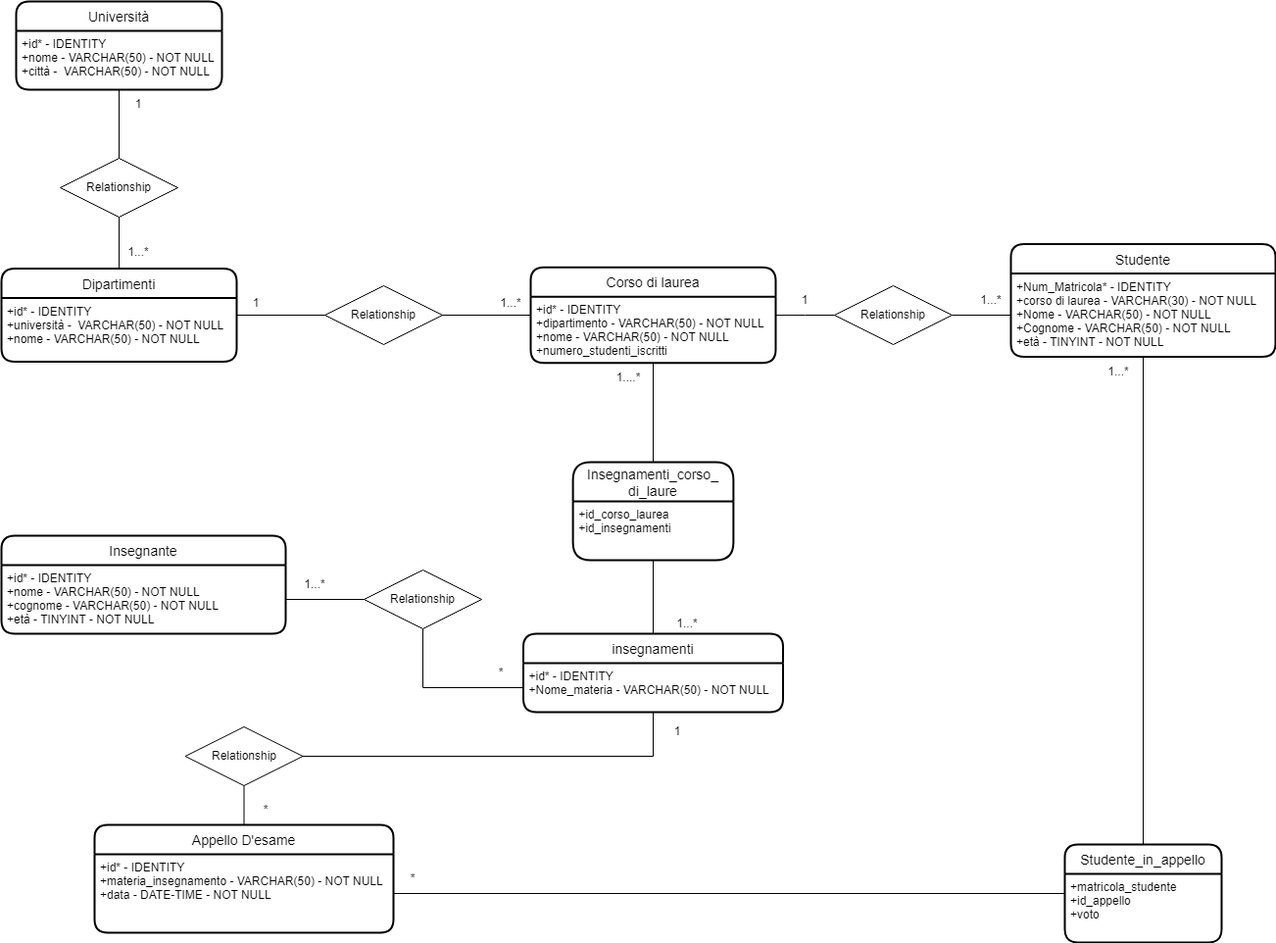
Before: Modellazione Schema ER Università.drawio.png, a diagram exported from draw.io (AlexFruitPunch/db-university). Source tidied: cells renumbered, new cells last; positions are measured from the earlier drawing's top-left corner, leaving out a move shared by most shapes. Its diagram source:
```xml
<mxGraphModel>
  <root>
    <mxCell id="0" />
    <mxCell id="1" parent="0" />
    <mxCell id="2" value="Dipartimenti" style="swimlane;horizontal=1;startSize=30;rounded=1;fontSize=14;fontStyle=0;strokeWidth=2;shadow=0;dashed=0;align=center;" parent="1" vertex="1">
      <mxGeometry y="272.5" width="240" height="95" as="geometry" />
    </mxCell>
    <mxCell id="3" value="+id* - IDENTITY&#10;+università -  VARCHAR(50) - NOT NULL&#10;+nome - VARCHAR(50) - NOT NULL&#10;" style="align=left;strokeColor=none;fillColor=none;spacingLeft=4;fontSize=12;verticalAlign=top;" parent="2" vertex="1">
      <mxGeometry y="30" width="240" height="65" as="geometry" />
    </mxCell>
    <mxCell id="4" value="Corso di laurea" style="swimlane;horizontal=1;startSize=30;rounded=1;fontSize=14;fontStyle=0;strokeWidth=2;shadow=0;dashed=0;align=center;" parent="1" vertex="1">
      <mxGeometry x="540" y="271.2" width="250" height="97.5" as="geometry" />
    </mxCell>
    <mxCell id="5" value="+id* - IDENTITY&#10;+dipartimento - VARCHAR(50) - NOT NULL&#10;+nome - VARCHAR(50) - NOT NULL&#10;+numero_studenti_iscritti " style="align=left;strokeColor=none;fillColor=none;spacingLeft=4;fontSize=12;verticalAlign=top;" parent="4" vertex="1">
      <mxGeometry y="30" width="250" height="67.5" as="geometry" />
    </mxCell>
    <mxCell id="6" style="edgeStyle=orthogonalEdgeStyle;rounded=0;jettySize=auto;html=1;entryX=0;entryY=0.5;entryDx=0;entryDy=0;endArrow=none;endFill=0;" parent="1" edge="1" source="2" target="4">
      <mxGeometry relative="1" as="geometry" />
    </mxCell>
    <mxCell id="7" style="edgeStyle=orthogonalEdgeStyle;rounded=0;jettySize=auto;html=1;entryX=0.5;entryY=0;entryDx=0;entryDy=0;endArrow=none;endFill=0;startArrow=none;" parent="1" edge="1" source="50" target="2">
      <mxGeometry relative="1" as="geometry" />
    </mxCell>
    <mxCell id="8" value="Università" style="swimlane;horizontal=1;startSize=30;rounded=1;fontSize=14;fontStyle=0;strokeWidth=2;shadow=0;dashed=0;align=center;" parent="1" vertex="1">
      <mxGeometry x="15" width="210" height="90" as="geometry" />
    </mxCell>
    <mxCell id="9" value="+id* - IDENTITY&#10;+nome - VARCHAR(50) - NOT NULL&#10;+città -  VARCHAR(50) - NOT NULL" style="align=left;strokeColor=none;fillColor=none;spacingLeft=4;fontSize=12;verticalAlign=top;" parent="8" vertex="1">
      <mxGeometry y="30" width="210" height="60" as="geometry" />
    </mxCell>
    <mxCell id="10" value="Relationship" style="shape=rhombus;perimeter=rhombusPerimeter;whiteSpace=wrap;html=1;align=center;" parent="1" vertex="1">
      <mxGeometry x="330" y="290" width="120" height="60" as="geometry" />
    </mxCell>
    <mxCell id="11" style="edgeStyle=orthogonalEdgeStyle;rounded=0;jettySize=auto;html=1;entryX=0.5;entryY=1;entryDx=0;entryDy=0;endArrow=none;endFill=0;startArrow=none;exitX=0.5;exitY=0;exitDx=0;exitDy=0;" parent="1" edge="1" source="45" target="5">
      <mxGeometry relative="1" as="geometry" />
    </mxCell>
    <mxCell id="12" value="insegnamenti" style="swimlane;horizontal=1;startSize=30;rounded=1;fontSize=14;fontStyle=0;strokeWidth=2;shadow=0;dashed=0;align=center;" parent="1" vertex="1">
      <mxGeometry x="532.5" y="645" width="265" height="80" as="geometry" />
    </mxCell>
    <mxCell id="13" value="+id* - IDENTITY&#10;+Nome_materia - VARCHAR(50) - NOT NULL" style="align=left;strokeColor=none;fillColor=none;spacingLeft=4;fontSize=12;verticalAlign=top;" parent="12" vertex="1">
      <mxGeometry y="30" width="265" height="50" as="geometry" />
    </mxCell>
    <mxCell id="14" style="edgeStyle=orthogonalEdgeStyle;rounded=0;jettySize=auto;html=1;endArrow=none;endFill=0;entryX=0.5;entryY=1;entryDx=0;entryDy=0;" parent="1" edge="1" source="12" target="46">
      <mxGeometry relative="1" as="geometry" />
    </mxCell>
    <mxCell id="15" value="Studente" style="swimlane;horizontal=1;startSize=30;rounded=1;fontSize=14;fontStyle=0;strokeWidth=2;shadow=0;dashed=0;align=center;" parent="1" vertex="1">
      <mxGeometry x="1030" y="247.5" width="270" height="115" as="geometry" />
    </mxCell>
    <mxCell id="16" value="+Num_Matricola* - IDENTITY&#10;+corso di laurea - VARCHAR(30) - NOT NULL&#10;+Nome - VARCHAR(50) - NOT NULL&#10;+Cognome - VARCHAR(50) - NOT NULL&#10;+età - TINYINT - NOT NULL&#10;" style="align=left;strokeColor=none;fillColor=none;spacingLeft=4;fontSize=12;verticalAlign=top;" parent="15" vertex="1">
      <mxGeometry y="30" width="270" height="85" as="geometry" />
    </mxCell>
    <mxCell id="17" style="edgeStyle=orthogonalEdgeStyle;rounded=0;jettySize=auto;html=1;endArrow=none;endFill=0;startArrow=none;" parent="1" edge="1" source="24" target="4">
      <mxGeometry relative="1" as="geometry" />
    </mxCell>
    <mxCell id="18" value="Appello D'esame" style="swimlane;horizontal=1;startSize=30;rounded=1;fontSize=14;fontStyle=0;strokeWidth=2;shadow=0;dashed=0;align=center;" parent="1" vertex="1">
      <mxGeometry x="95" y="840" width="305" height="110" as="geometry" />
    </mxCell>
    <mxCell id="19" value="+id* - IDENTITY&#10;+materia_insegnamento - VARCHAR(50) - NOT NULL&#10;+data - DATE-TIME - NOT NULL" style="align=left;strokeColor=none;fillColor=none;spacingLeft=4;fontSize=12;verticalAlign=top;" parent="18" vertex="1">
      <mxGeometry y="30" width="305" height="80" as="geometry" />
    </mxCell>
    <mxCell id="20" value="Insegnante" style="swimlane;horizontal=1;startSize=30;rounded=1;fontSize=14;fontStyle=0;strokeWidth=2;shadow=0;dashed=0;align=center;" parent="1" vertex="1">
      <mxGeometry y="545" width="290" height="100" as="geometry" />
    </mxCell>
    <mxCell id="21" value="+id* - IDENTITY&#10;+nome - VARCHAR(50) - NOT NULL&#10;+cognome - VARCHAR(50) - NOT NULL&#10;+età - TINYINT - NOT NULL" style="align=left;strokeColor=none;fillColor=none;spacingLeft=4;fontSize=12;verticalAlign=top;" parent="20" vertex="1">
      <mxGeometry y="30" width="290" height="70" as="geometry" />
    </mxCell>
    <mxCell id="22" style="edgeStyle=orthogonalEdgeStyle;rounded=0;jettySize=auto;html=1;endArrow=none;endFill=0;exitX=0.5;exitY=1;exitDx=0;exitDy=0;startArrow=none;" parent="1" edge="1" source="37" target="18">
      <mxGeometry relative="1" as="geometry" />
    </mxCell>
    <mxCell id="23" style="edgeStyle=orthogonalEdgeStyle;rounded=0;jettySize=auto;html=1;entryX=0;entryY=0.5;entryDx=0;entryDy=0;endArrow=none;endFill=0;startArrow=none;exitX=0.5;exitY=1;exitDx=0;exitDy=0;" parent="1" edge="1" source="47" target="13">
      <mxGeometry relative="1" as="geometry" />
    </mxCell>
    <mxCell id="24" value="Relationship" style="shape=rhombus;perimeter=rhombusPerimeter;whiteSpace=wrap;html=1;align=center;" parent="1" vertex="1">
      <mxGeometry x="850" y="290" width="120" height="60" as="geometry" />
    </mxCell>
    <mxCell id="25" style="edgeStyle=orthogonalEdgeStyle;rounded=0;jettySize=auto;html=1;endArrow=none;endFill=0;" parent="1" edge="1" source="16" target="24">
      <mxGeometry relative="1" as="geometry" />
    </mxCell>
    <mxCell id="26" style="edgeStyle=orthogonalEdgeStyle;rounded=0;jettySize=auto;html=1;entryX=0;entryY=0.5;entryDx=0;entryDy=0;endArrow=none;endFill=0;" parent="1" edge="1" source="19" target="43">
      <mxGeometry relative="1" as="geometry" />
    </mxCell>
    <mxCell id="27" value="1" style="text;html=1;strokeColor=none;fillColor=none;align=center;verticalAlign=middle;whiteSpace=wrap;rounded=0;" parent="1" vertex="1">
      <mxGeometry x="110" y="90" width="60" height="30" as="geometry" />
    </mxCell>
    <mxCell id="28" value="1...*" style="text;html=1;strokeColor=none;fillColor=none;align=center;verticalAlign=middle;whiteSpace=wrap;rounded=0;" parent="1" vertex="1">
      <mxGeometry x="110" y="241.2" width="60" height="30" as="geometry" />
    </mxCell>
    <mxCell id="29" value="1" style="text;html=1;strokeColor=none;fillColor=none;align=center;verticalAlign=middle;whiteSpace=wrap;rounded=0;" parent="1" vertex="1">
      <mxGeometry x="230" y="292.5" width="60" height="30" as="geometry" />
    </mxCell>
    <mxCell id="30" value="1...*" style="text;html=1;strokeColor=none;fillColor=none;align=center;verticalAlign=middle;whiteSpace=wrap;rounded=0;" parent="1" vertex="1">
      <mxGeometry x="490" y="292.5" width="60" height="30" as="geometry" />
    </mxCell>
    <mxCell id="31" value="1...*" style="text;html=1;strokeColor=none;fillColor=none;align=center;verticalAlign=middle;whiteSpace=wrap;rounded=0;" parent="1" vertex="1">
      <mxGeometry x="980" y="290" width="60" height="30" as="geometry" />
    </mxCell>
    <mxCell id="32" value="1" style="text;html=1;strokeColor=none;fillColor=none;align=center;verticalAlign=middle;whiteSpace=wrap;rounded=0;" parent="1" vertex="1">
      <mxGeometry x="790" y="290" width="60" height="30" as="geometry" />
    </mxCell>
    <mxCell id="33" value="1....*" style="text;html=1;strokeColor=none;fillColor=none;align=center;verticalAlign=middle;whiteSpace=wrap;rounded=0;" parent="1" vertex="1">
      <mxGeometry x="610" y="368.8" width="60" height="30" as="geometry" />
    </mxCell>
    <mxCell id="34" value="1...*" style="text;html=1;strokeColor=none;fillColor=none;align=center;verticalAlign=middle;whiteSpace=wrap;rounded=0;" parent="1" vertex="1">
      <mxGeometry x="670" y="620" width="60" height="30" as="geometry" />
    </mxCell>
    <mxCell id="35" value="*" style="text;html=1;strokeColor=none;fillColor=none;align=center;verticalAlign=middle;whiteSpace=wrap;rounded=0;" parent="1" vertex="1">
      <mxGeometry x="480" y="670" width="60" height="30" as="geometry" />
    </mxCell>
    <mxCell id="36" value="1...*" style="text;html=1;strokeColor=none;fillColor=none;align=center;verticalAlign=middle;whiteSpace=wrap;rounded=0;" parent="1" vertex="1">
      <mxGeometry x="290" y="580" width="60" height="30" as="geometry" />
    </mxCell>
    <mxCell id="37" value="Relationship" style="shape=rhombus;perimeter=rhombusPerimeter;whiteSpace=wrap;html=1;align=center;" parent="1" vertex="1">
      <mxGeometry x="187.5" y="740" width="120" height="60" as="geometry" />
    </mxCell>
    <mxCell id="38" style="edgeStyle=orthogonalEdgeStyle;rounded=0;jettySize=auto;html=1;endArrow=none;endFill=0;exitX=0.5;exitY=1;exitDx=0;exitDy=0;entryX=1;entryY=0.5;entryDx=0;entryDy=0;" parent="1" edge="1" source="13" target="37">
      <mxGeometry relative="1" as="geometry" />
    </mxCell>
    <mxCell id="39" value="*" style="text;html=1;strokeColor=none;fillColor=none;align=center;verticalAlign=middle;whiteSpace=wrap;rounded=0;" parent="1" vertex="1">
      <mxGeometry x="240" y="810" width="60" height="30" as="geometry" />
    </mxCell>
    <mxCell id="40" value="1...*" style="text;html=1;strokeColor=none;fillColor=none;align=center;verticalAlign=middle;whiteSpace=wrap;rounded=0;" parent="1" vertex="1">
      <mxGeometry x="1110" y="362.5" width="60" height="30" as="geometry" />
    </mxCell>
    <mxCell id="41" value="*" style="text;html=1;strokeColor=none;fillColor=none;align=center;verticalAlign=middle;whiteSpace=wrap;rounded=0;" parent="1" vertex="1">
      <mxGeometry x="390" y="880" width="60" height="30" as="geometry" />
    </mxCell>
    <mxCell id="42" style="edgeStyle=orthogonalEdgeStyle;rounded=0;jettySize=auto;html=1;entryX=0.5;entryY=1;entryDx=0;entryDy=0;endArrow=none;endFill=0;" parent="1" edge="1" source="43" target="16">
      <mxGeometry relative="1" as="geometry" />
    </mxCell>
    <mxCell id="43" value="Studente_in_appello" style="swimlane;horizontal=1;startSize=30;rounded=1;fontSize=14;fontStyle=0;strokeWidth=2;shadow=0;dashed=0;align=center;" parent="1" vertex="1">
      <mxGeometry x="1085" y="860" width="160" height="100" as="geometry" />
    </mxCell>
    <mxCell id="44" value="+matricola_studente&#10;+id_appello&#10;+voto" style="align=left;strokeColor=none;fillColor=none;spacingLeft=4;fontSize=12;verticalAlign=top;" parent="43" vertex="1">
      <mxGeometry y="30" width="160" height="70" as="geometry" />
    </mxCell>
    <mxCell id="45" value="Insegnamenti_corso_&#10;di_laure" style="swimlane;horizontal=1;startSize=40;rounded=1;fontSize=14;fontStyle=0;strokeWidth=2;shadow=0;dashed=0;align=center;" parent="1" vertex="1">
      <mxGeometry x="583.1" y="470" width="163.8" height="100" as="geometry" />
    </mxCell>
    <mxCell id="46" value="+id_corso_laurea&#10;+id_insegnamenti" style="align=left;strokeColor=none;fillColor=none;spacingLeft=4;fontSize=12;verticalAlign=top;" parent="45" vertex="1">
      <mxGeometry y="40" width="163.8" height="60" as="geometry" />
    </mxCell>
    <mxCell id="47" value="Relationship" style="shape=rhombus;perimeter=rhombusPerimeter;whiteSpace=wrap;html=1;align=center;" parent="1" vertex="1">
      <mxGeometry x="370" y="580" width="120" height="60" as="geometry" />
    </mxCell>
    <mxCell id="48" style="edgeStyle=orthogonalEdgeStyle;rounded=0;jettySize=auto;html=1;entryX=0;entryY=0.5;entryDx=0;entryDy=0;endArrow=none;endFill=0;" parent="1" edge="1" source="21" target="47">
      <mxGeometry relative="1" as="geometry" />
    </mxCell>
    <mxCell id="49" value="1" style="text;html=1;strokeColor=none;fillColor=none;align=center;verticalAlign=middle;whiteSpace=wrap;rounded=0;" parent="1" vertex="1">
      <mxGeometry x="660" y="730" width="60" height="30" as="geometry" />
    </mxCell>
    <mxCell id="50" value="Relationship" style="shape=rhombus;perimeter=rhombusPerimeter;whiteSpace=wrap;html=1;align=center;" parent="1" vertex="1">
      <mxGeometry x="60" y="160" width="120" height="60" as="geometry" />
    </mxCell>
    <mxCell id="51" style="edgeStyle=orthogonalEdgeStyle;rounded=0;jettySize=auto;html=1;entryX=0.5;entryY=0;entryDx=0;entryDy=0;endArrow=none;endFill=0;" parent="1" edge="1" source="8" target="50">
      <mxGeometry relative="1" as="geometry" />
    </mxCell>
  </root>
</mxGraphModel>
```
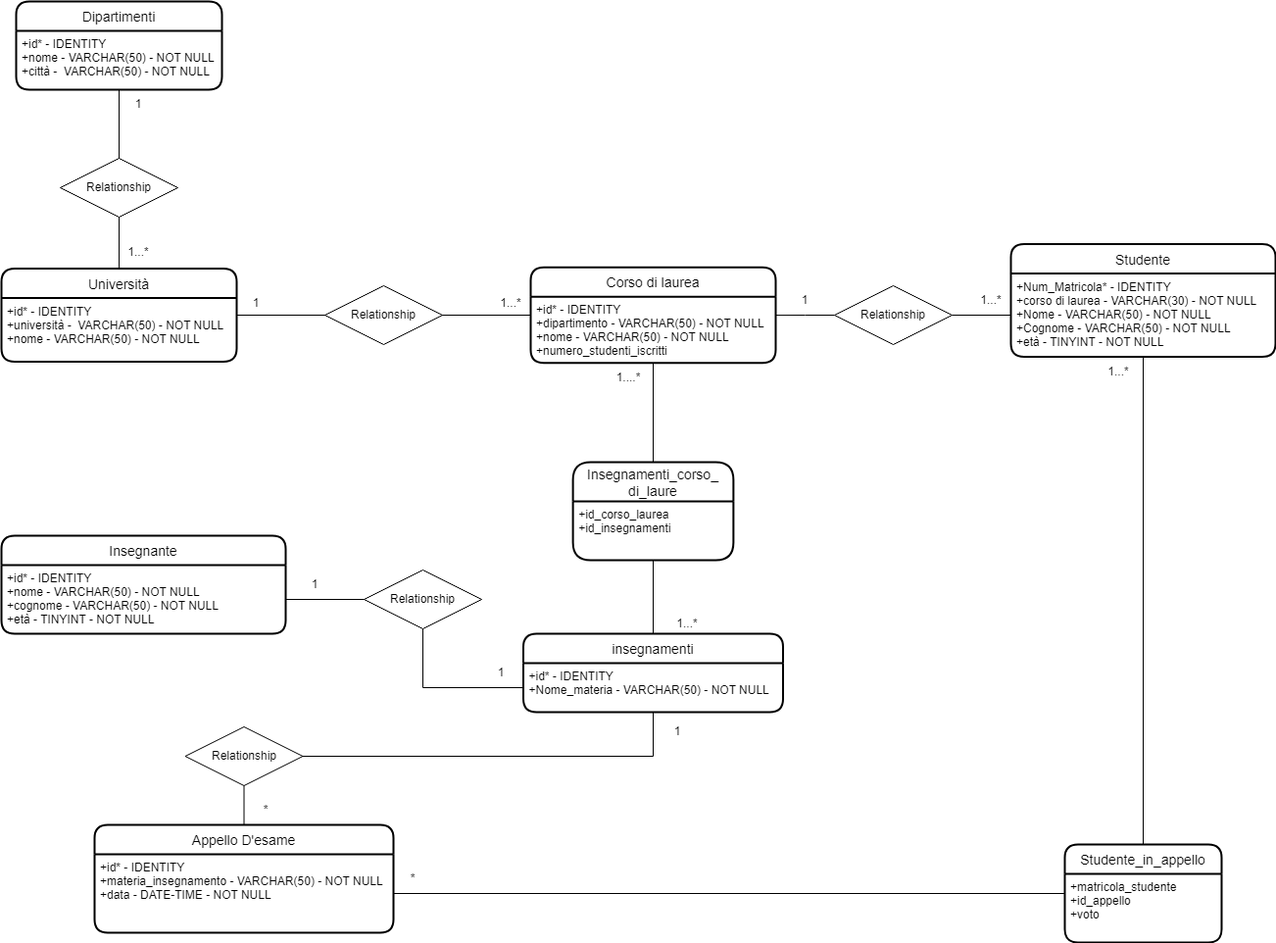
Later version of the same file.

Commit message:
Esercizio completato con opportune modifiche

Change to the diagram source:
```diff
@@ -2,7 +2,7 @@
   <root>
     <mxCell id="0" />
     <mxCell id="1" parent="0" />
-    <mxCell id="2" value="Dipartimenti" style="swimlane;horizontal=1;startSize=30;rounded=1;fontSize=14;fontStyle=0;strokeWidth=2;shadow=0;dashed=0;align=center;" parent="1" vertex="1">
+    <mxCell id="2" value="Università" style="swimlane;horizontal=1;startSize=30;rounded=1;fontSize=14;fontStyle=0;strokeWidth=2;shadow=0;dashed=0;align=center;" parent="1" vertex="1">
       <mxGeometry y="272.5" width="240" height="95" as="geometry" />
     </mxCell>
     <mxCell id="3" value="+id* - IDENTITY&#10;+università -  VARCHAR(50) - NOT NULL&#10;+nome - VARCHAR(50) - NOT NULL&#10;" style="align=left;strokeColor=none;fillColor=none;spacingLeft=4;fontSize=12;verticalAlign=top;" parent="2" vertex="1">
@@ -20,7 +20,7 @@
     <mxCell id="7" style="edgeStyle=orthogonalEdgeStyle;rounded=0;jettySize=auto;html=1;entryX=0.5;entryY=0;entryDx=0;entryDy=0;endArrow=none;endFill=0;startArrow=none;" parent="1" edge="1" source="50" target="2">
       <mxGeometry relative="1" as="geometry" />
     </mxCell>
-    <mxCell id="8" value="Università" style="swimlane;horizontal=1;startSize=30;rounded=1;fontSize=14;fontStyle=0;strokeWidth=2;shadow=0;dashed=0;align=center;" parent="1" vertex="1">
+    <mxCell id="8" value="Dipartimenti" style="swimlane;horizontal=1;startSize=30;rounded=1;fontSize=14;fontStyle=0;strokeWidth=2;shadow=0;dashed=0;align=center;" parent="1" vertex="1">
       <mxGeometry x="15" width="210" height="90" as="geometry" />
     </mxCell>
     <mxCell id="9" value="+id* - IDENTITY&#10;+nome - VARCHAR(50) - NOT NULL&#10;+città -  VARCHAR(50) - NOT NULL" style="align=left;strokeColor=none;fillColor=none;spacingLeft=4;fontSize=12;verticalAlign=top;" parent="8" vertex="1">
@@ -101,10 +101,10 @@
     <mxCell id="34" value="1...*" style="text;html=1;strokeColor=none;fillColor=none;align=center;verticalAlign=middle;whiteSpace=wrap;rounded=0;" parent="1" vertex="1">
       <mxGeometry x="670" y="620" width="60" height="30" as="geometry" />
     </mxCell>
-    <mxCell id="35" value="*" style="text;html=1;strokeColor=none;fillColor=none;align=center;verticalAlign=middle;whiteSpace=wrap;rounded=0;" parent="1" vertex="1">
+    <mxCell id="35" value="1" style="text;html=1;strokeColor=none;fillColor=none;align=center;verticalAlign=middle;whiteSpace=wrap;rounded=0;" parent="1" vertex="1">
       <mxGeometry x="480" y="670" width="60" height="30" as="geometry" />
     </mxCell>
-    <mxCell id="36" value="1...*" style="text;html=1;strokeColor=none;fillColor=none;align=center;verticalAlign=middle;whiteSpace=wrap;rounded=0;" parent="1" vertex="1">
+    <mxCell id="36" value="1" style="text;html=1;strokeColor=none;fillColor=none;align=center;verticalAlign=middle;whiteSpace=wrap;rounded=0;" parent="1" vertex="1">
       <mxGeometry x="290" y="580" width="60" height="30" as="geometry" />
     </mxCell>
     <mxCell id="37" value="Relationship" style="shape=rhombus;perimeter=rhombusPerimeter;whiteSpace=wrap;html=1;align=center;" parent="1" vertex="1">
```
